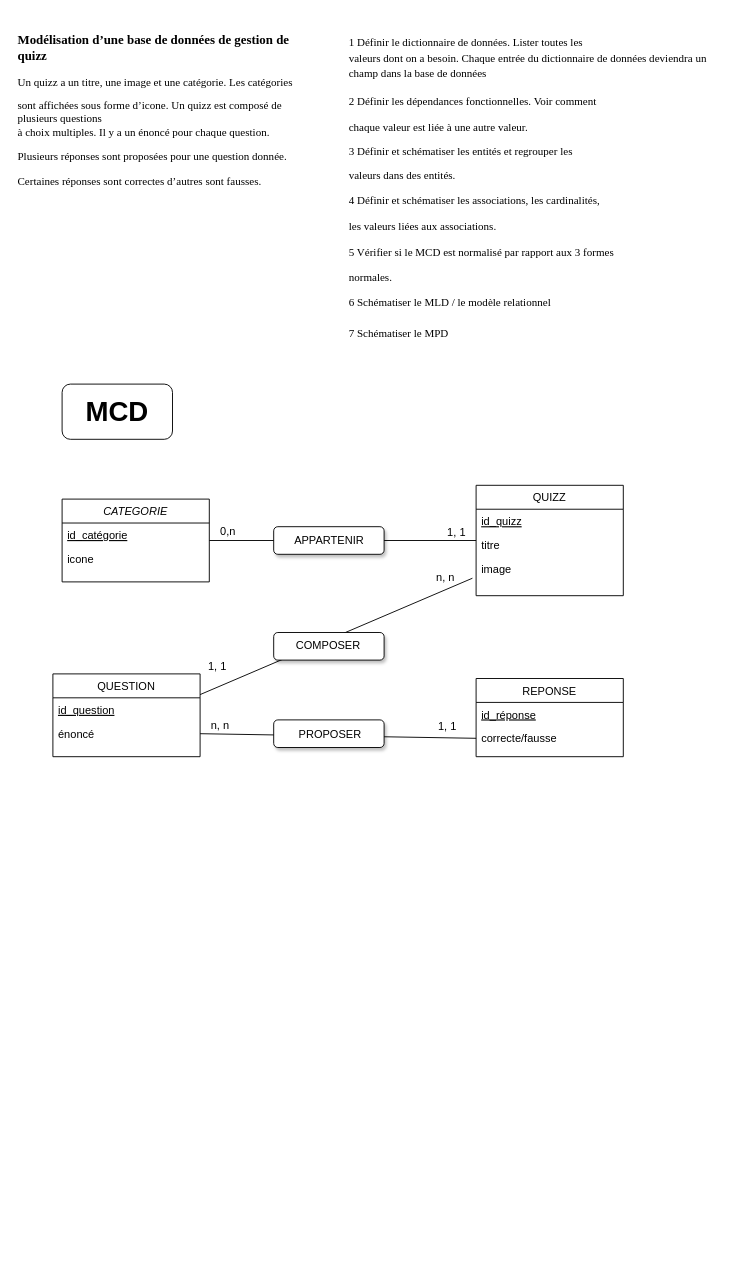
Earlier version of the draw.io diagram page "MCD" (1 of 3) of MCD.drawio (SabrinaMouginot/Merise). Source tidied: cells renumbered, new cells numbered last; positions are measured from the earlier drawing's top-left corner, leaving out a move shared by most shapes. Both pictures are drawn from the tidied source at 92%, with x=0, y=0 at pixel (16, 16).
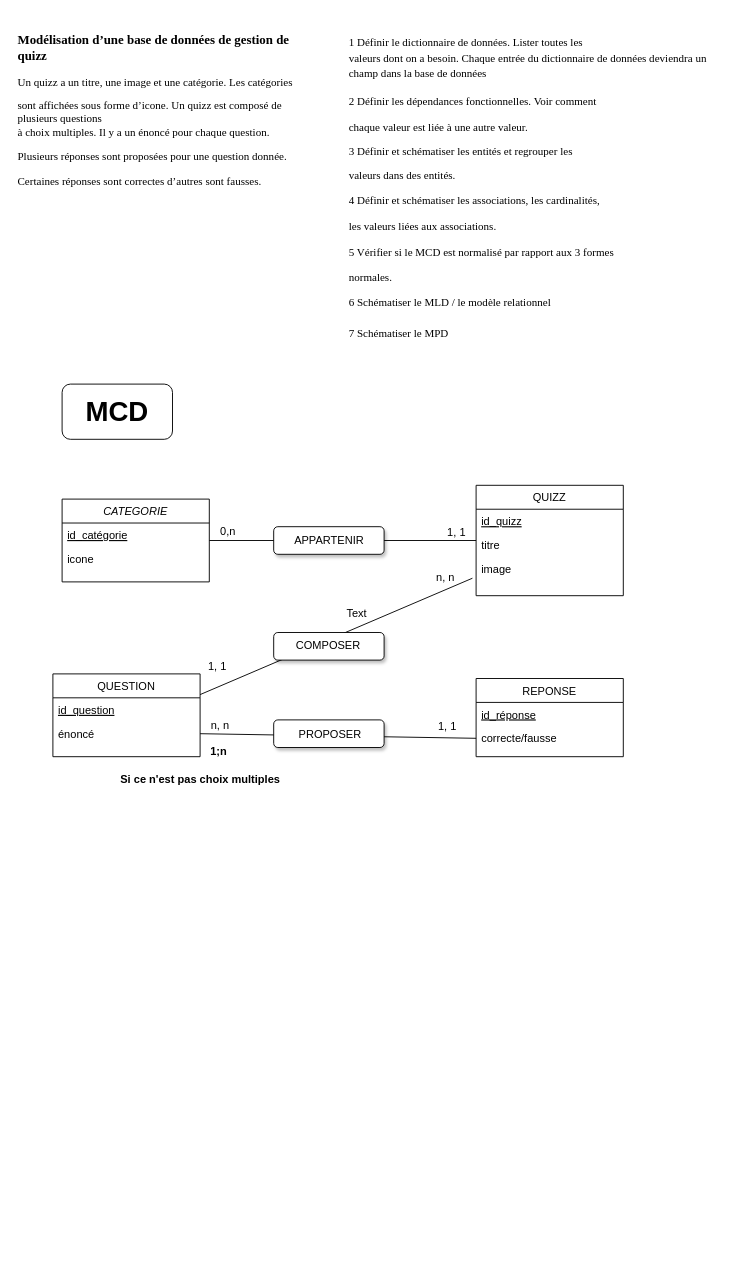
The same diagram, later.

The edit, as a diff of the source:
```diff
@@
+    <mxCell id="34" value="Text" style="text;html=1;align=center;verticalAlign=middle;fillColor=none;strokeColor=none;rounded=0;" parent="1" vertex="1">
+      <mxGeometry x="350" y="640" width="40" height="20" as="geometry" />
+    </mxCell>
+    <mxCell id="35" value="&lt;b&gt;1;n&lt;/b&gt;" style="text;html=1;align=center;verticalAlign=middle;strokeColor=none;fillColor=none;" parent="1" vertex="1">
+      <mxGeometry x="205" y="790" width="30" height="20" as="geometry" />
+    </mxCell>
+    <mxCell id="36" value="&lt;b&gt;Si ce n'est pas choix multiples&lt;/b&gt;" style="text;html=1;align=center;verticalAlign=middle;strokeColor=none;fillColor=none;" parent="1" vertex="1">
+      <mxGeometry x="105" y="820" width="190" height="20" as="geometry" />
+    </mxCell>
```
